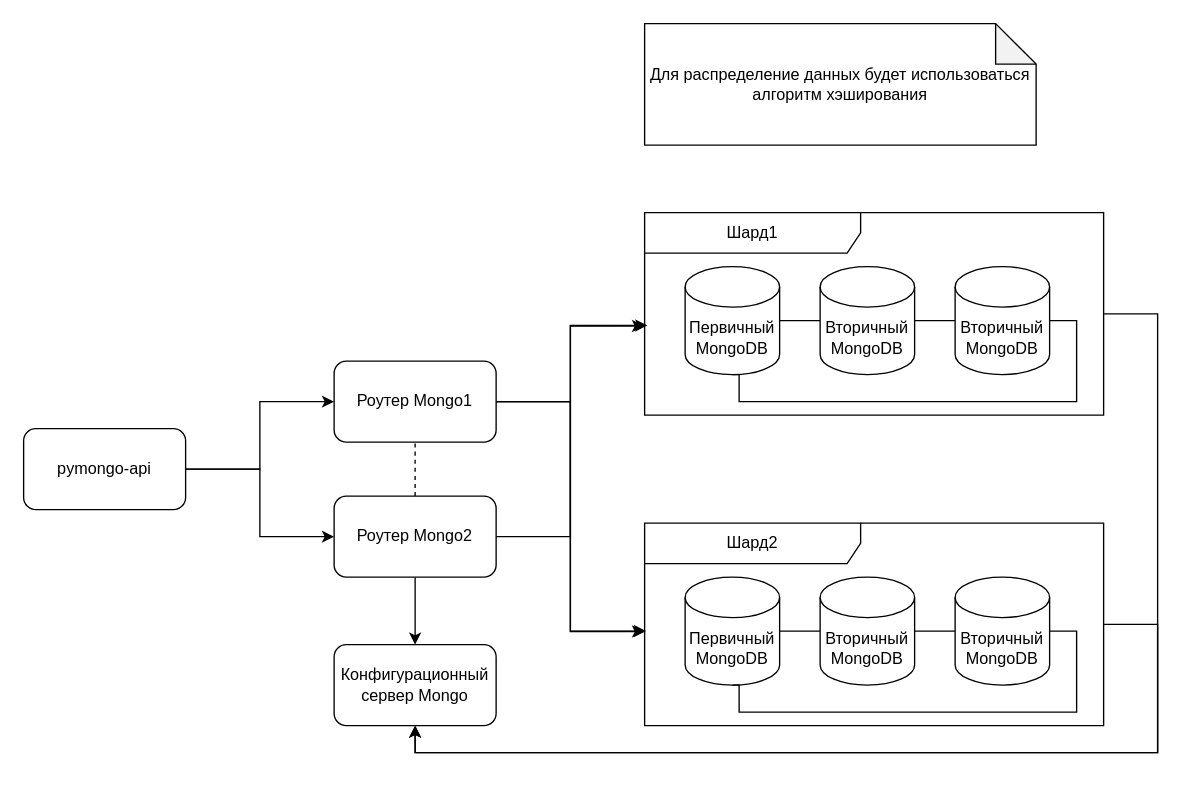
The draw.io diagram page "2step" (3 of 4) of task1.drawio in schnack/architecture-sprint-2, before the edit. Source tidied: cells renumbered, new cells numbered last; positions are measured from the earlier drawing's top-left corner, leaving out a move shared by most shapes. Both pictures are drawn from the tidied source at 135%, with x=0, y=0 at pixel (23, 23).
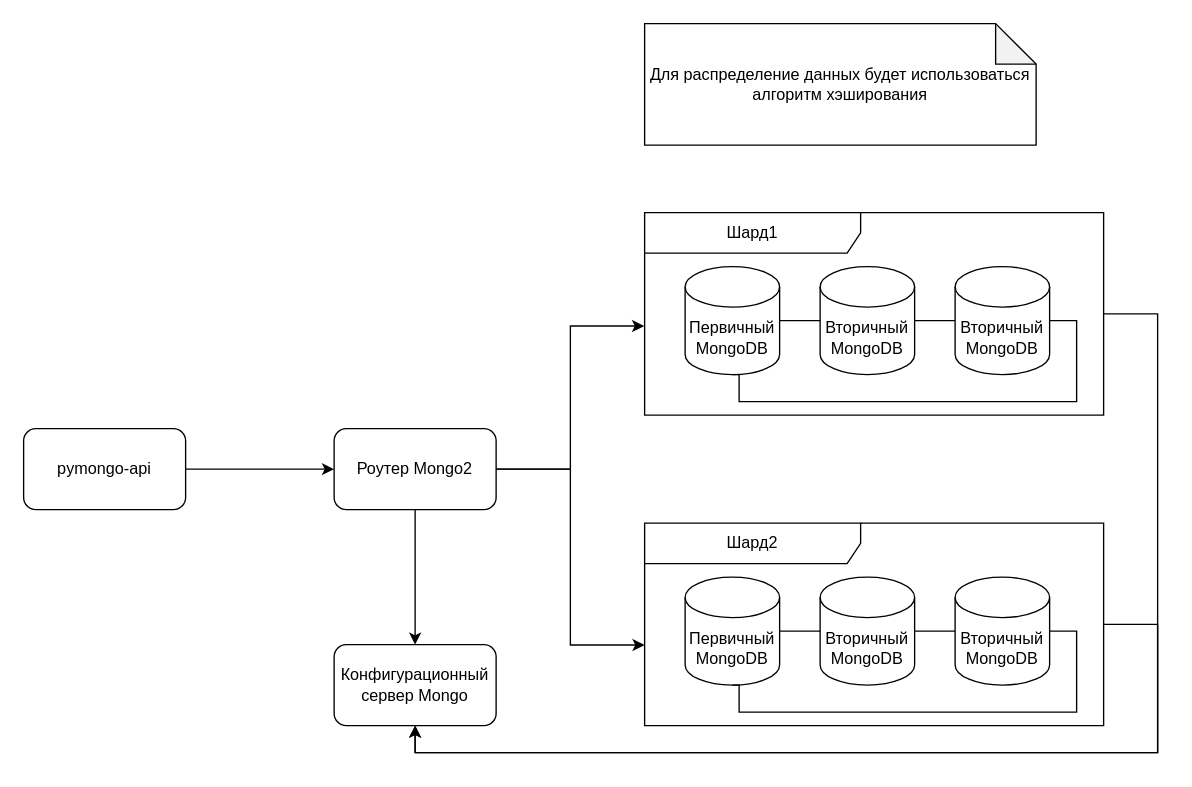
After the change.

The change refers to these unchanged cells:
```xml
<mxCell id="4" value="pymongo-api" style="rounded=1;whiteSpace=wrap;html=1;" parent="1" vertex="1">
  <mxGeometry y="300" width="120" height="60" as="geometry" />
</mxCell>
<mxCell id="12" value="Шард1" style="shape=umlFrame;whiteSpace=wrap;html=1;width=160;" parent="1" vertex="1">
  <mxGeometry x="460" y="140" width="340" height="150" as="geometry" />
</mxCell>
<mxCell id="20" value="Шард2" style="shape=umlFrame;whiteSpace=wrap;html=1;width=160;" parent="1" vertex="1">
  <mxGeometry x="460" y="370" width="340" height="150" as="geometry" />
</mxCell>
```

Change to the diagram source:
```diff
@@
-    <mxCell id="2" style="edgeStyle=orthogonalEdgeStyle;rounded=0;jettySize=auto;html=1;entryX=0;entryY=0.5;entryDx=0;entryDy=0;" parent="1" edge="1" source="4" target="10">
-      <mxGeometry relative="1" as="geometry" />
-    </mxCell>
@@
-    <mxCell id="6" style="edgeStyle=orthogonalEdgeStyle;rounded=0;jettySize=auto;html=1;entryX=0.5;entryY=1;entryDx=0;entryDy=0;endArrow=none;endFill=0;dashed=1;" parent="1" edge="1" source="8" target="10">
-      <mxGeometry relative="1" as="geometry" />
-    </mxCell>
@@
     <mxCell id="8" value="Роутер Mongo2" style="rounded=1;whiteSpace=wrap;html=1;" parent="1" vertex="1">
-      <mxGeometry x="230" y="350" width="120" height="60" as="geometry" />
+      <mxGeometry x="230" y="300" width="120" height="60" as="geometry" />
     </mxCell>
-    <mxCell id="9" style="edgeStyle=orthogonalEdgeStyle;rounded=0;jettySize=auto;html=1;entryX=-0.001;entryY=0.535;entryDx=0;entryDy=0;entryPerimeter=0;" parent="1" edge="1" source="10" target="20">
-      <mxGeometry relative="1" as="geometry" />
-    </mxCell>
-    <mxCell id="10" value="Роутер Mongo1" style="rounded=1;whiteSpace=wrap;html=1;" parent="1" vertex="1">
-      <mxGeometry x="230" y="250" width="120" height="60" as="geometry" />
-    </mxCell>
@@
-    <mxCell id="27" style="edgeStyle=orthogonalEdgeStyle;rounded=0;jettySize=auto;html=1;entryX=0.006;entryY=0.557;entryDx=0;entryDy=0;entryPerimeter=0;" parent="1" edge="1" source="10" target="12">
-      <mxGeometry relative="1" as="geometry" />
-    </mxCell>
-    <mxCell id="28" style="edgeStyle=orthogonalEdgeStyle;rounded=0;jettySize=auto;html=1;entryX=0.003;entryY=0.533;entryDx=0;entryDy=0;entryPerimeter=0;" parent="1" edge="1" source="10" target="20">
-      <mxGeometry relative="1" as="geometry" />
-    </mxCell>
@@
+    <mxCell id="31" style="edgeStyle=orthogonalEdgeStyle;rounded=0;jettySize=auto;html=1;entryX=0;entryY=0.602;entryDx=0;entryDy=0;entryPerimeter=0;" parent="1" edge="1" source="8" target="20">
+      <mxGeometry relative="1" as="geometry" />
+    </mxCell>
```
